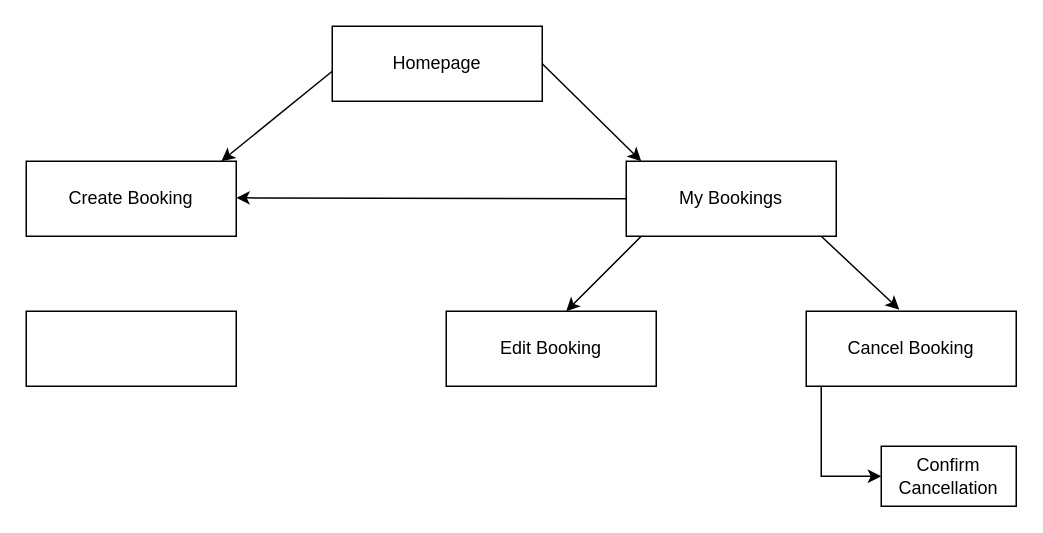
The draw.io diagram sitemap.drawio in sagesaintsalem/ccfirstproject, before the edit. Source tidied: cells renumbered, new cells numbered last; positions are measured from the earlier drawing's top-left corner, leaving out a move shared by most shapes. Both pictures are drawn from the tidied source at 150%, with x=0, y=0 at pixel (26, 26).
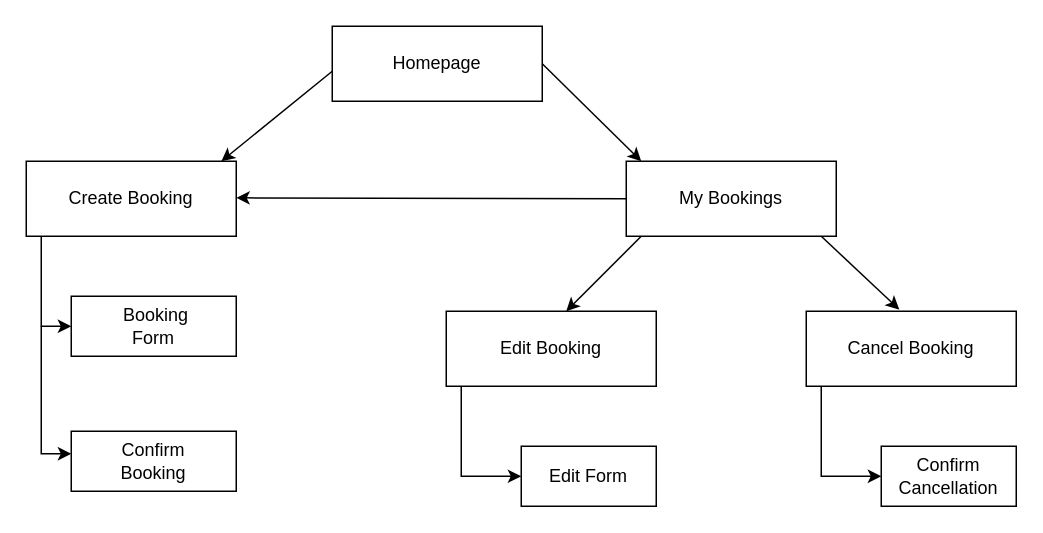
Above is the later version.

What changed in the source:
```diff
@@
-    <mxCell id="14" style="rounded=0;whiteSpace=wrap;html=1;" parent="1" vertex="1">
-      <mxGeometry y="190" width="140" height="50" as="geometry" />
-    </mxCell>
@@
+    <mxCell id="23" style="endArrow=classic;html=1;rounded=0;" parent="1" edge="1">
+      <mxGeometry relative="1" as="geometry">
+        <mxPoint x="290" y="240" as="sourcePoint" />
+        <mxPoint x="330" y="300" as="targetPoint" />
+        <Array as="points">
+          <mxPoint x="290" y="270" />
+          <mxPoint x="290" y="300" />
+        </Array>
+      </mxGeometry>
+    </mxCell>
+    <mxCell id="24" style="rounded=0;whiteSpace=wrap;html=1;" parent="1" vertex="1">
+      <mxGeometry x="330" y="280" width="90" height="40" as="geometry" />
+    </mxCell>
+    <mxCell id="25" value="Edit Form" style="text;html=1;strokeColor=none;fillColor=none;align=center;verticalAlign=middle;whiteSpace=wrap;rounded=0;" parent="1" vertex="1">
+      <mxGeometry x="330" y="280" width="90" height="40" as="geometry" />
+    </mxCell>
+    <mxCell id="26" style="endArrow=classic;html=1;rounded=0;" parent="1" edge="1">
+      <mxGeometry relative="1" as="geometry">
+        <mxPoint x="10" y="140" as="sourcePoint" />
+        <mxPoint x="30" y="200" as="targetPoint" />
+        <Array as="points">
+          <mxPoint x="10" y="170" />
+          <mxPoint x="10" y="200" />
+        </Array>
+      </mxGeometry>
+    </mxCell>
+    <mxCell id="27" style="rounded=0;whiteSpace=wrap;html=1;" parent="1" vertex="1">
+      <mxGeometry x="30" y="180" width="110" height="40" as="geometry" />
+    </mxCell>
+    <mxCell id="28" style="rounded=0;whiteSpace=wrap;html=1;" parent="1" vertex="1">
+      <mxGeometry x="30" y="270" width="110" height="40" as="geometry" />
+    </mxCell>
+    <mxCell id="29" value="&amp;nbsp;Booking Form" style="text;html=1;strokeColor=none;fillColor=none;align=center;verticalAlign=middle;whiteSpace=wrap;rounded=0;" parent="1" vertex="1">
+      <mxGeometry x="45" y="185" width="80" height="30" as="geometry" />
+    </mxCell>
+    <mxCell id="30" style="endArrow=classic;html=1;rounded=0;" parent="1" edge="1">
+      <mxGeometry relative="1" as="geometry">
+        <mxPoint x="10" y="200" as="sourcePoint" />
+        <mxPoint x="30" y="285" as="targetPoint" />
+        <Array as="points">
+          <mxPoint x="10" y="255" />
+          <mxPoint x="10" y="285" />
+        </Array>
+      </mxGeometry>
+    </mxCell>
+    <mxCell id="31" value="Confirm Booking" style="text;html=1;strokeColor=none;fillColor=none;align=center;verticalAlign=middle;whiteSpace=wrap;rounded=0;" parent="1" vertex="1">
+      <mxGeometry x="45" y="275" width="80" height="30" as="geometry" />
+    </mxCell>
```
